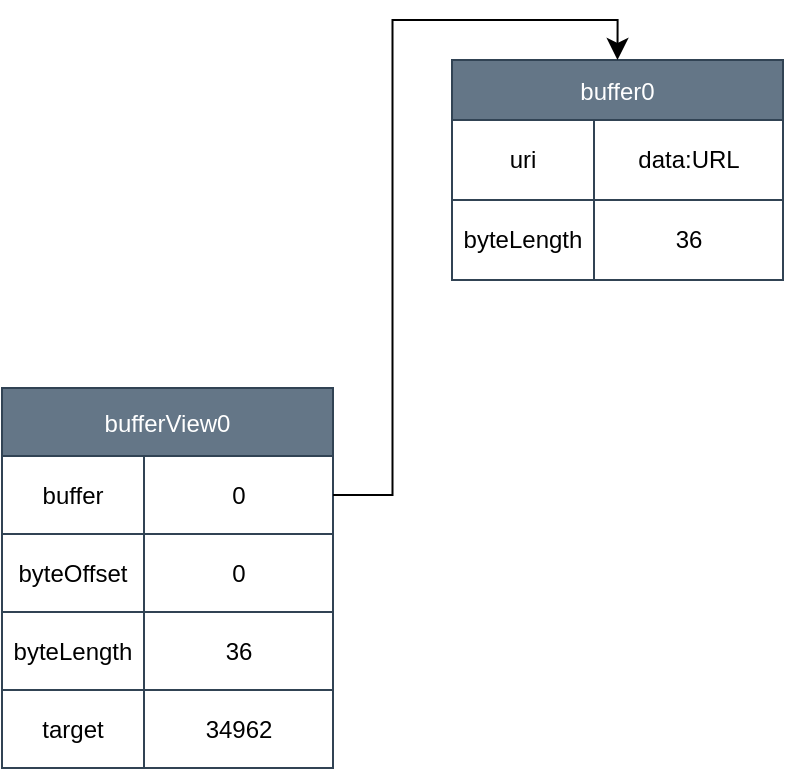
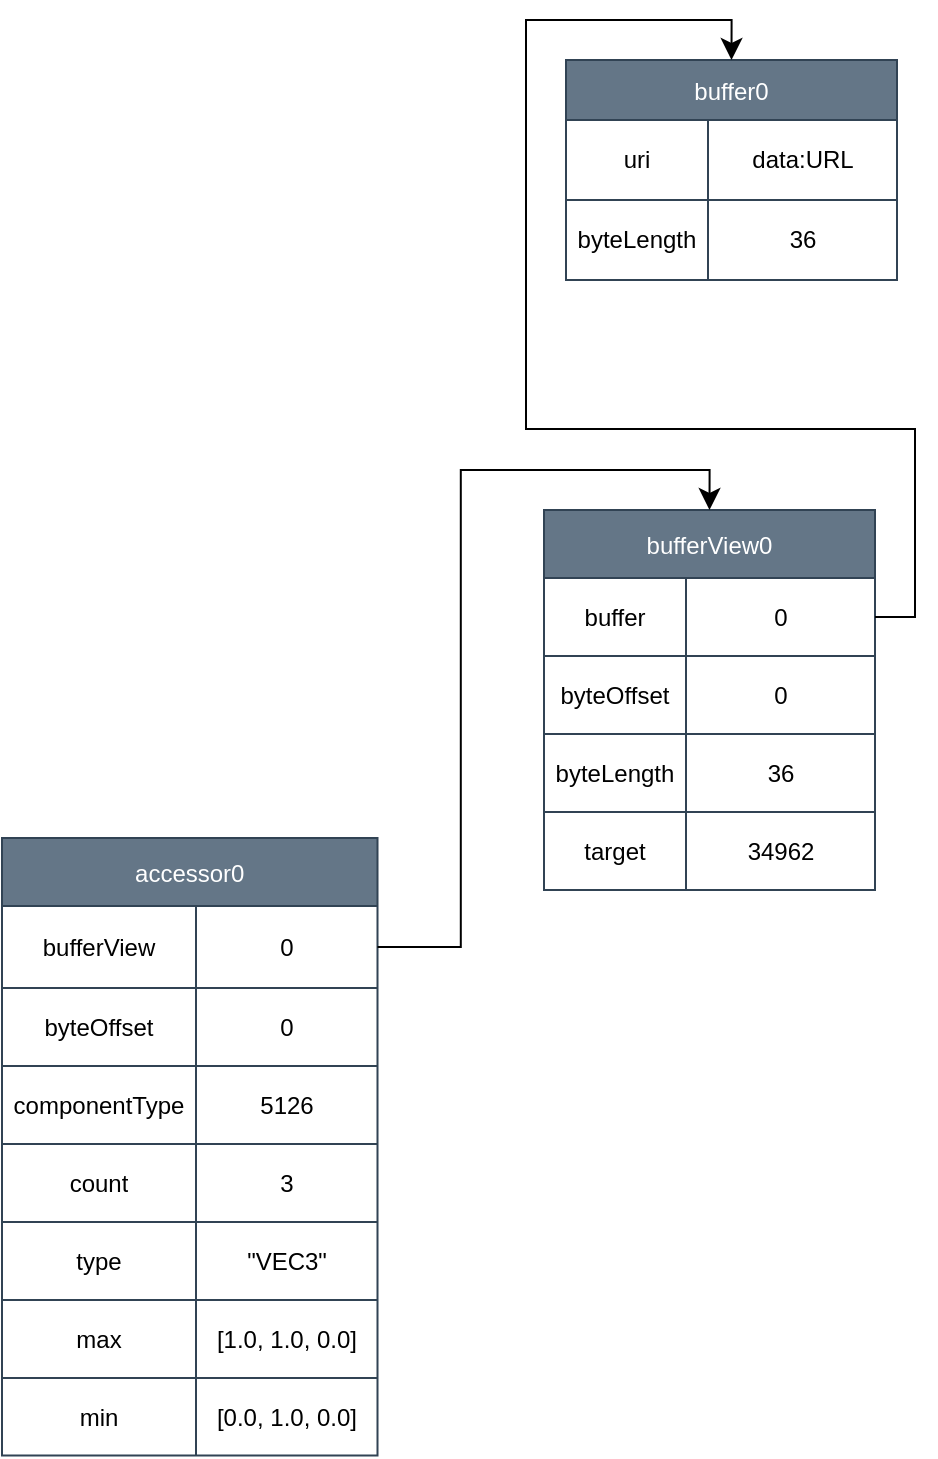
<mxfile host="app.diagrams.net">
  <diagram id="BZvedy4mBk2RI_J5c_5u" name="第 1 页">
-     <mxGraphModel dx="912" dy="1356" grid="0" gridSize="10" guides="1" tooltips="1" connect="1" arrows="1" fold="1" page="0" pageScale="1" pageWidth="827" pageHeight="1169" math="0" shadow="0">
+     <mxGraphModel dx="1212" dy="1356" grid="0" gridSize="10" guides="1" tooltips="1" connect="1" arrows="1" fold="1" page="0" pageScale="1" pageWidth="827" pageHeight="1169" math="0" shadow="0">
      <root>
        <mxCell id="0" />
        <mxCell id="1" parent="0" />
        <mxCell id="-Ds3_SINnqwqFCvs20sv-1" parent="1" style="shape=table;startSize=30;container=1;collapsible=0;childLayout=tableLayout;fixedHeader=1;fillColor=#647687;fontColor=#ffffff;strokeColor=#314354;" value="buffer0" vertex="1">
-           <mxGeometry height="110" width="165.5" x="48" y="-90" as="geometry" />
+           <mxGeometry height="110" width="165.5" x="-1" y="-129" as="geometry" />
        </mxCell>
        <mxCell id="-Ds3_SINnqwqFCvs20sv-2" parent="-Ds3_SINnqwqFCvs20sv-1" style="shape=tableRow;horizontal=0;startSize=0;swimlaneHead=0;swimlaneBody=0;strokeColor=inherit;top=0;left=0;bottom=0;right=0;collapsible=0;dropTarget=0;fillColor=none;points=[[0,0.5],[1,0.5]];portConstraint=eastwest;fixedHeader=1;" value="" vertex="1">
          <mxGeometry height="40" width="165.5" y="30" as="geometry" />
        </mxCell>
        <mxCell id="-Ds3_SINnqwqFCvs20sv-3" parent="-Ds3_SINnqwqFCvs20sv-2" style="shape=partialRectangle;html=1;whiteSpace=wrap;connectable=0;strokeColor=inherit;overflow=hidden;fillColor=none;top=0;left=0;bottom=0;right=0;pointerEvents=1;align=center;" value="uri" vertex="1">
          <mxGeometry height="40" width="71" as="geometry">
            <mxRectangle height="40" width="71" as="alternateBounds" />
          </mxGeometry>
        </mxCell>
        <mxCell id="-Ds3_SINnqwqFCvs20sv-4" parent="-Ds3_SINnqwqFCvs20sv-2" style="shape=partialRectangle;html=1;whiteSpace=wrap;connectable=0;strokeColor=inherit;overflow=hidden;fillColor=none;top=0;left=0;bottom=0;right=0;pointerEvents=1;" value="data:URL" vertex="1">
          <mxGeometry height="40" width="95" x="71" as="geometry">
            <mxRectangle height="40" width="95" as="alternateBounds" />
          </mxGeometry>
        </mxCell>
        <mxCell id="-Ds3_SINnqwqFCvs20sv-5" parent="-Ds3_SINnqwqFCvs20sv-1" style="shape=tableRow;horizontal=0;startSize=0;swimlaneHead=0;swimlaneBody=0;strokeColor=inherit;top=0;left=0;bottom=0;right=0;collapsible=0;dropTarget=0;fillColor=none;points=[[0,0.5],[1,0.5]];portConstraint=eastwest;fixedHeader=1;" value="" vertex="1">
          <mxGeometry height="40" width="165.5" y="70" as="geometry" />
        </mxCell>
        <mxCell id="-Ds3_SINnqwqFCvs20sv-6" parent="-Ds3_SINnqwqFCvs20sv-5" style="shape=partialRectangle;html=1;whiteSpace=wrap;connectable=0;strokeColor=inherit;overflow=hidden;fillColor=none;top=0;left=0;bottom=0;right=0;pointerEvents=1;align=center;" value="byteLength" vertex="1">
          <mxGeometry height="40" width="71" as="geometry">
            <mxRectangle height="40" width="71" as="alternateBounds" />
          </mxGeometry>
        </mxCell>
        <mxCell id="-Ds3_SINnqwqFCvs20sv-7" parent="-Ds3_SINnqwqFCvs20sv-5" style="shape=partialRectangle;html=1;whiteSpace=wrap;connectable=0;strokeColor=inherit;overflow=hidden;fillColor=none;top=0;left=0;bottom=0;right=0;pointerEvents=1;" value="36" vertex="1">
          <mxGeometry height="40" width="95" x="71" as="geometry">
            <mxRectangle height="40" width="95" as="alternateBounds" />
          </mxGeometry>
        </mxCell>
        <mxCell id="IMBELnrVSliVJA-H-ImH-1" parent="1" style="shape=table;startSize=34;container=1;collapsible=0;childLayout=tableLayout;fixedHeader=1;fillColor=#647687;fontColor=#ffffff;strokeColor=#314354;" value="bufferView0" vertex="1">
-           <mxGeometry height="190" width="165.5" x="-177" y="74" as="geometry" />
+           <mxGeometry height="190" width="165.5" x="-12" y="96" as="geometry" />
        </mxCell>
        <mxCell id="IMBELnrVSliVJA-H-ImH-2" parent="IMBELnrVSliVJA-H-ImH-1" style="shape=tableRow;horizontal=0;startSize=0;swimlaneHead=0;swimlaneBody=0;strokeColor=inherit;top=0;left=0;bottom=0;right=0;collapsible=0;dropTarget=0;fillColor=none;points=[[0,0.5],[1,0.5]];portConstraint=eastwest;fixedHeader=1;" value="" vertex="1">
          <mxGeometry height="39" width="165.5" y="34" as="geometry" />
        </mxCell>
        <mxCell id="IMBELnrVSliVJA-H-ImH-3" parent="IMBELnrVSliVJA-H-ImH-2" style="shape=partialRectangle;html=1;whiteSpace=wrap;connectable=0;strokeColor=inherit;overflow=hidden;fillColor=none;top=0;left=0;bottom=0;right=0;pointerEvents=1;align=center;" value="buffer" vertex="1">
          <mxGeometry height="39" width="71" as="geometry">
            <mxRectangle height="39" width="71" as="alternateBounds" />
          </mxGeometry>
        </mxCell>
        <mxCell id="IMBELnrVSliVJA-H-ImH-4" parent="IMBELnrVSliVJA-H-ImH-2" style="shape=partialRectangle;html=1;whiteSpace=wrap;connectable=0;strokeColor=inherit;overflow=hidden;fillColor=none;top=0;left=0;bottom=0;right=0;pointerEvents=1;" value="0" vertex="1">
          <mxGeometry height="39" width="95" x="71" as="geometry">
            <mxRectangle height="39" width="95" as="alternateBounds" />
          </mxGeometry>
        </mxCell>
        <mxCell id="IMBELnrVSliVJA-H-ImH-5" parent="IMBELnrVSliVJA-H-ImH-1" style="shape=tableRow;horizontal=0;startSize=0;swimlaneHead=0;swimlaneBody=0;strokeColor=inherit;top=0;left=0;bottom=0;right=0;collapsible=0;dropTarget=0;fillColor=none;points=[[0,0.5],[1,0.5]];portConstraint=eastwest;fixedHeader=1;" value="" vertex="1">
          <mxGeometry height="39" width="165.5" y="73" as="geometry" />
        </mxCell>
        <mxCell id="IMBELnrVSliVJA-H-ImH-6" parent="IMBELnrVSliVJA-H-ImH-5" style="shape=partialRectangle;html=1;whiteSpace=wrap;connectable=0;strokeColor=inherit;overflow=hidden;fillColor=none;top=0;left=0;bottom=0;right=0;pointerEvents=1;align=center;" value="byteOffset" vertex="1">
          <mxGeometry height="39" width="71" as="geometry">
            <mxRectangle height="39" width="71" as="alternateBounds" />
          </mxGeometry>
        </mxCell>
        <mxCell id="IMBELnrVSliVJA-H-ImH-7" parent="IMBELnrVSliVJA-H-ImH-5" style="shape=partialRectangle;html=1;whiteSpace=wrap;connectable=0;strokeColor=inherit;overflow=hidden;fillColor=none;top=0;left=0;bottom=0;right=0;pointerEvents=1;" value="0" vertex="1">
          <mxGeometry height="39" width="95" x="71" as="geometry">
            <mxRectangle height="39" width="95" as="alternateBounds" />
          </mxGeometry>
        </mxCell>
        <mxCell id="IMBELnrVSliVJA-H-ImH-8" parent="IMBELnrVSliVJA-H-ImH-1" style="shape=tableRow;horizontal=0;startSize=0;swimlaneHead=0;swimlaneBody=0;strokeColor=inherit;top=0;left=0;bottom=0;right=0;collapsible=0;dropTarget=0;fillColor=none;points=[[0,0.5],[1,0.5]];portConstraint=eastwest;fixedHeader=1;" vertex="1">
          <mxGeometry height="39" width="165.5" y="112" as="geometry" />
        </mxCell>
        <mxCell id="IMBELnrVSliVJA-H-ImH-9" parent="IMBELnrVSliVJA-H-ImH-8" style="shape=partialRectangle;html=1;whiteSpace=wrap;connectable=0;strokeColor=inherit;overflow=hidden;fillColor=none;top=0;left=0;bottom=0;right=0;pointerEvents=1;align=center;" value="byteLength" vertex="1">
          <mxGeometry height="39" width="71" as="geometry">
            <mxRectangle height="39" width="71" as="alternateBounds" />
          </mxGeometry>
        </mxCell>
        <mxCell id="IMBELnrVSliVJA-H-ImH-10" parent="IMBELnrVSliVJA-H-ImH-8" style="shape=partialRectangle;html=1;whiteSpace=wrap;connectable=0;strokeColor=inherit;overflow=hidden;fillColor=none;top=0;left=0;bottom=0;right=0;pointerEvents=1;" value="36" vertex="1">
          <mxGeometry height="39" width="95" x="71" as="geometry">
            <mxRectangle height="39" width="95" as="alternateBounds" />
          </mxGeometry>
        </mxCell>
        <mxCell id="IMBELnrVSliVJA-H-ImH-11" parent="IMBELnrVSliVJA-H-ImH-1" style="shape=tableRow;horizontal=0;startSize=0;swimlaneHead=0;swimlaneBody=0;strokeColor=inherit;top=0;left=0;bottom=0;right=0;collapsible=0;dropTarget=0;fillColor=none;points=[[0,0.5],[1,0.5]];portConstraint=eastwest;fixedHeader=1;" vertex="1">
          <mxGeometry height="39" width="165.5" y="151" as="geometry" />
        </mxCell>
        <mxCell id="IMBELnrVSliVJA-H-ImH-12" parent="IMBELnrVSliVJA-H-ImH-11" style="shape=partialRectangle;html=1;whiteSpace=wrap;connectable=0;strokeColor=inherit;overflow=hidden;fillColor=none;top=0;left=0;bottom=0;right=0;pointerEvents=1;align=center;" value="target" vertex="1">
          <mxGeometry height="39" width="71" as="geometry">
            <mxRectangle height="39" width="71" as="alternateBounds" />
          </mxGeometry>
        </mxCell>
        <mxCell id="IMBELnrVSliVJA-H-ImH-13" parent="IMBELnrVSliVJA-H-ImH-11" style="shape=partialRectangle;html=1;whiteSpace=wrap;connectable=0;strokeColor=inherit;overflow=hidden;fillColor=none;top=0;left=0;bottom=0;right=0;pointerEvents=1;" value="34962" vertex="1">
          <mxGeometry height="39" width="95" x="71" as="geometry">
            <mxRectangle height="39" width="95" as="alternateBounds" />
          </mxGeometry>
        </mxCell>
        <mxCell id="IMBELnrVSliVJA-H-ImH-15" edge="1" parent="1" source="IMBELnrVSliVJA-H-ImH-2" style="edgeStyle=orthogonalEdgeStyle;rounded=0;orthogonalLoop=1;jettySize=auto;html=1;fontSize=12;startSize=8;endSize=8;exitX=1;exitY=0.5;exitDx=0;exitDy=0;entryX=0.5;entryY=0;entryDx=0;entryDy=0;" target="-Ds3_SINnqwqFCvs20sv-1">
          <mxGeometry relative="1" as="geometry" />
        </mxCell>
+         <mxCell id="IMBELnrVSliVJA-H-ImH-16" parent="1" style="shape=table;startSize=34;container=1;collapsible=0;childLayout=tableLayout;fixedHeader=1;fillColor=#647687;fontColor=#ffffff;strokeColor=#314354;" value="accessor0" vertex="1">
+           <mxGeometry height="308.75" width="187.75" x="-283" y="260" as="geometry" />
+         </mxCell>
+         <mxCell id="IMBELnrVSliVJA-H-ImH-17" parent="IMBELnrVSliVJA-H-ImH-16" style="shape=tableRow;horizontal=0;startSize=0;swimlaneHead=0;swimlaneBody=0;strokeColor=inherit;top=0;left=0;bottom=0;right=0;collapsible=0;dropTarget=0;fillColor=none;points=[[0,0.5],[1,0.5]];portConstraint=eastwest;fixedHeader=1;" value="" vertex="1">
+           <mxGeometry height="41" width="187.75" y="34" as="geometry" />
+         </mxCell>
+         <mxCell id="IMBELnrVSliVJA-H-ImH-18" parent="IMBELnrVSliVJA-H-ImH-17" style="shape=partialRectangle;html=1;whiteSpace=wrap;connectable=0;strokeColor=inherit;overflow=hidden;fillColor=none;top=0;left=0;bottom=0;right=0;pointerEvents=1;align=center;" value="bufferView" vertex="1">
+           <mxGeometry height="41" width="97" as="geometry">
+             <mxRectangle height="41" width="97" as="alternateBounds" />
+           </mxGeometry>
+         </mxCell>
+         <mxCell id="IMBELnrVSliVJA-H-ImH-19" parent="IMBELnrVSliVJA-H-ImH-17" style="shape=partialRectangle;html=1;whiteSpace=wrap;connectable=0;strokeColor=inherit;overflow=hidden;fillColor=none;top=0;left=0;bottom=0;right=0;pointerEvents=1;" value="0" vertex="1">
+           <mxGeometry height="41" width="91" x="97" as="geometry">
+             <mxRectangle height="41" width="91" as="alternateBounds" />
+           </mxGeometry>
+         </mxCell>
+         <mxCell id="IMBELnrVSliVJA-H-ImH-20" parent="IMBELnrVSliVJA-H-ImH-16" style="shape=tableRow;horizontal=0;startSize=0;swimlaneHead=0;swimlaneBody=0;strokeColor=inherit;top=0;left=0;bottom=0;right=0;collapsible=0;dropTarget=0;fillColor=none;points=[[0,0.5],[1,0.5]];portConstraint=eastwest;fixedHeader=1;" value="" vertex="1">
+           <mxGeometry height="39" width="187.75" y="75" as="geometry" />
+         </mxCell>
+         <mxCell id="IMBELnrVSliVJA-H-ImH-21" parent="IMBELnrVSliVJA-H-ImH-20" style="shape=partialRectangle;html=1;whiteSpace=wrap;connectable=0;strokeColor=inherit;overflow=hidden;fillColor=none;top=0;left=0;bottom=0;right=0;pointerEvents=1;align=center;" value="byteOffset" vertex="1">
+           <mxGeometry height="39" width="97" as="geometry">
+             <mxRectangle height="39" width="97" as="alternateBounds" />
+           </mxGeometry>
+         </mxCell>
+         <mxCell id="IMBELnrVSliVJA-H-ImH-22" parent="IMBELnrVSliVJA-H-ImH-20" style="shape=partialRectangle;html=1;whiteSpace=wrap;connectable=0;strokeColor=inherit;overflow=hidden;fillColor=none;top=0;left=0;bottom=0;right=0;pointerEvents=1;" value="0" vertex="1">
+           <mxGeometry height="39" width="91" x="97" as="geometry">
+             <mxRectangle height="39" width="91" as="alternateBounds" />
+           </mxGeometry>
+         </mxCell>
+         <mxCell id="IMBELnrVSliVJA-H-ImH-23" parent="IMBELnrVSliVJA-H-ImH-16" style="shape=tableRow;horizontal=0;startSize=0;swimlaneHead=0;swimlaneBody=0;strokeColor=inherit;top=0;left=0;bottom=0;right=0;collapsible=0;dropTarget=0;fillColor=none;points=[[0,0.5],[1,0.5]];portConstraint=eastwest;fixedHeader=1;" vertex="1">
+           <mxGeometry height="39" width="187.75" y="114" as="geometry" />
+         </mxCell>
+         <mxCell id="IMBELnrVSliVJA-H-ImH-24" parent="IMBELnrVSliVJA-H-ImH-23" style="shape=partialRectangle;html=1;whiteSpace=wrap;connectable=0;strokeColor=inherit;overflow=hidden;fillColor=none;top=0;left=0;bottom=0;right=0;pointerEvents=1;align=center;" value="componentType" vertex="1">
+           <mxGeometry height="39" width="97" as="geometry">
+             <mxRectangle height="39" width="97" as="alternateBounds" />
+           </mxGeometry>
+         </mxCell>
+         <mxCell id="IMBELnrVSliVJA-H-ImH-25" parent="IMBELnrVSliVJA-H-ImH-23" style="shape=partialRectangle;html=1;whiteSpace=wrap;connectable=0;strokeColor=inherit;overflow=hidden;fillColor=none;top=0;left=0;bottom=0;right=0;pointerEvents=1;" value="5126" vertex="1">
+           <mxGeometry height="39" width="91" x="97" as="geometry">
+             <mxRectangle height="39" width="91" as="alternateBounds" />
+           </mxGeometry>
+         </mxCell>
+         <mxCell id="IMBELnrVSliVJA-H-ImH-26" parent="IMBELnrVSliVJA-H-ImH-16" style="shape=tableRow;horizontal=0;startSize=0;swimlaneHead=0;swimlaneBody=0;strokeColor=inherit;top=0;left=0;bottom=0;right=0;collapsible=0;dropTarget=0;fillColor=none;points=[[0,0.5],[1,0.5]];portConstraint=eastwest;fixedHeader=1;" vertex="1">
+           <mxGeometry height="39" width="187.75" y="153" as="geometry" />
+         </mxCell>
+         <mxCell id="IMBELnrVSliVJA-H-ImH-27" parent="IMBELnrVSliVJA-H-ImH-26" style="shape=partialRectangle;html=1;whiteSpace=wrap;connectable=0;strokeColor=inherit;overflow=hidden;fillColor=none;top=0;left=0;bottom=0;right=0;pointerEvents=1;align=center;" value="count" vertex="1">
+           <mxGeometry height="39" width="97" as="geometry">
+             <mxRectangle height="39" width="97" as="alternateBounds" />
+           </mxGeometry>
+         </mxCell>
+         <mxCell id="IMBELnrVSliVJA-H-ImH-28" parent="IMBELnrVSliVJA-H-ImH-26" style="shape=partialRectangle;html=1;whiteSpace=wrap;connectable=0;strokeColor=inherit;overflow=hidden;fillColor=none;top=0;left=0;bottom=0;right=0;pointerEvents=1;" value="3" vertex="1">
+           <mxGeometry height="39" width="91" x="97" as="geometry">
+             <mxRectangle height="39" width="91" as="alternateBounds" />
+           </mxGeometry>
+         </mxCell>
+         <mxCell id="IMBELnrVSliVJA-H-ImH-29" parent="IMBELnrVSliVJA-H-ImH-16" style="shape=tableRow;horizontal=0;startSize=0;swimlaneHead=0;swimlaneBody=0;strokeColor=inherit;top=0;left=0;bottom=0;right=0;collapsible=0;dropTarget=0;fillColor=none;points=[[0,0.5],[1,0.5]];portConstraint=eastwest;fixedHeader=1;" vertex="1">
+           <mxGeometry height="39" width="187.75" y="192" as="geometry" />
+         </mxCell>
+         <mxCell id="IMBELnrVSliVJA-H-ImH-30" parent="IMBELnrVSliVJA-H-ImH-29" style="shape=partialRectangle;html=1;whiteSpace=wrap;connectable=0;strokeColor=inherit;overflow=hidden;fillColor=none;top=0;left=0;bottom=0;right=0;pointerEvents=1;align=center;" value="type" vertex="1">
+           <mxGeometry height="39" width="97" as="geometry">
+             <mxRectangle height="39" width="97" as="alternateBounds" />
+           </mxGeometry>
+         </mxCell>
+         <mxCell id="IMBELnrVSliVJA-H-ImH-31" parent="IMBELnrVSliVJA-H-ImH-29" style="shape=partialRectangle;html=1;whiteSpace=wrap;connectable=0;strokeColor=inherit;overflow=hidden;fillColor=none;top=0;left=0;bottom=0;right=0;pointerEvents=1;" value="&quot;VEC3&quot;" vertex="1">
+           <mxGeometry height="39" width="91" x="97" as="geometry">
+             <mxRectangle height="39" width="91" as="alternateBounds" />
+           </mxGeometry>
+         </mxCell>
+         <mxCell id="IMBELnrVSliVJA-H-ImH-32" parent="IMBELnrVSliVJA-H-ImH-16" style="shape=tableRow;horizontal=0;startSize=0;swimlaneHead=0;swimlaneBody=0;strokeColor=inherit;top=0;left=0;bottom=0;right=0;collapsible=0;dropTarget=0;fillColor=none;points=[[0,0.5],[1,0.5]];portConstraint=eastwest;fixedHeader=1;" vertex="1">
+           <mxGeometry height="39" width="187.75" y="231" as="geometry" />
+         </mxCell>
+         <mxCell id="IMBELnrVSliVJA-H-ImH-33" parent="IMBELnrVSliVJA-H-ImH-32" style="shape=partialRectangle;html=1;whiteSpace=wrap;connectable=0;strokeColor=inherit;overflow=hidden;fillColor=none;top=0;left=0;bottom=0;right=0;pointerEvents=1;align=center;" value="max" vertex="1">
+           <mxGeometry height="39" width="97" as="geometry">
+             <mxRectangle height="39" width="97" as="alternateBounds" />
+           </mxGeometry>
+         </mxCell>
+         <mxCell id="IMBELnrVSliVJA-H-ImH-34" parent="IMBELnrVSliVJA-H-ImH-32" style="shape=partialRectangle;html=1;whiteSpace=wrap;connectable=0;strokeColor=inherit;overflow=hidden;fillColor=none;top=0;left=0;bottom=0;right=0;pointerEvents=1;" value="[1.0, 1.0, 0.0]" vertex="1">
+           <mxGeometry height="39" width="91" x="97" as="geometry">
+             <mxRectangle height="39" width="91" as="alternateBounds" />
+           </mxGeometry>
+         </mxCell>
+         <mxCell id="IMBELnrVSliVJA-H-ImH-35" parent="IMBELnrVSliVJA-H-ImH-16" style="shape=tableRow;horizontal=0;startSize=0;swimlaneHead=0;swimlaneBody=0;strokeColor=inherit;top=0;left=0;bottom=0;right=0;collapsible=0;dropTarget=0;fillColor=none;points=[[0,0.5],[1,0.5]];portConstraint=eastwest;fixedHeader=1;" vertex="1">
+           <mxGeometry height="39" width="187.75" y="270" as="geometry" />
+         </mxCell>
+         <mxCell id="IMBELnrVSliVJA-H-ImH-36" parent="IMBELnrVSliVJA-H-ImH-35" style="shape=partialRectangle;html=1;whiteSpace=wrap;connectable=0;strokeColor=inherit;overflow=hidden;fillColor=none;top=0;left=0;bottom=0;right=0;pointerEvents=1;align=center;" value="min" vertex="1">
+           <mxGeometry height="39" width="97" as="geometry">
+             <mxRectangle height="39" width="97" as="alternateBounds" />
+           </mxGeometry>
+         </mxCell>
+         <mxCell id="IMBELnrVSliVJA-H-ImH-37" parent="IMBELnrVSliVJA-H-ImH-35" style="shape=partialRectangle;html=1;whiteSpace=wrap;connectable=0;strokeColor=inherit;overflow=hidden;fillColor=none;top=0;left=0;bottom=0;right=0;pointerEvents=1;" value="[0.0, 1.0, 0.0]" vertex="1">
+           <mxGeometry height="39" width="91" x="97" as="geometry">
+             <mxRectangle height="39" width="91" as="alternateBounds" />
+           </mxGeometry>
+         </mxCell>
+         <mxCell id="IMBELnrVSliVJA-H-ImH-38" edge="1" parent="1" source="IMBELnrVSliVJA-H-ImH-17" style="edgeStyle=orthogonalEdgeStyle;rounded=0;orthogonalLoop=1;jettySize=auto;html=1;entryX=0.5;entryY=0;entryDx=0;entryDy=0;fontSize=12;startSize=8;endSize=8;exitX=1;exitY=0.5;exitDx=0;exitDy=0;" target="IMBELnrVSliVJA-H-ImH-1">
+           <mxGeometry relative="1" as="geometry" />
+         </mxCell>
      </root>
    </mxGraphModel>
  </diagram>
</mxfile>
